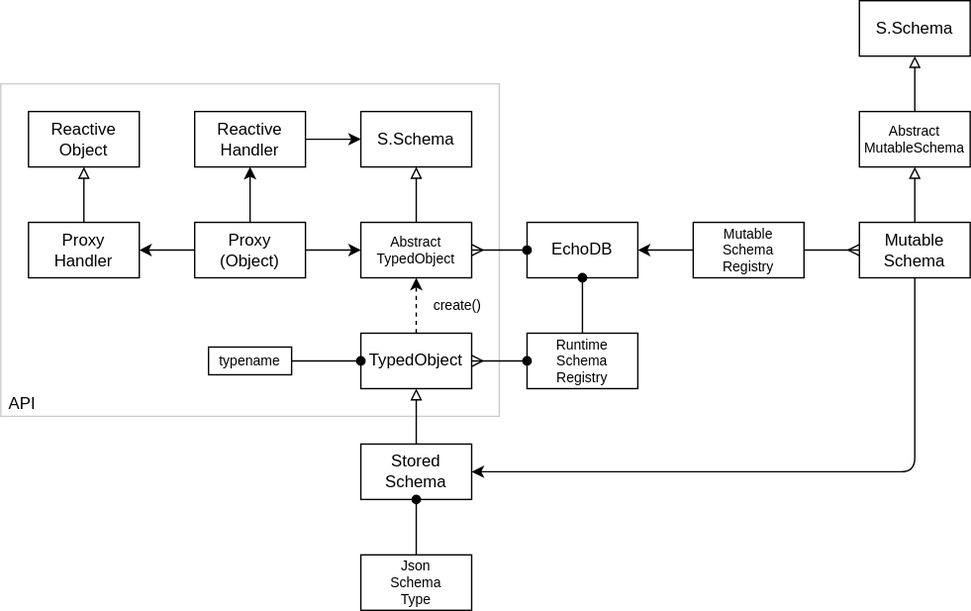
This is packages/core/echo/echo-schema/docs/schema.drawio.svg from dxos/dxos, a draw.io export, as it was before one commit. Source tidied: cells renumbered, new cells last; positions are measured from the earlier drawing's top-left corner, leaving out a move shared by most shapes.
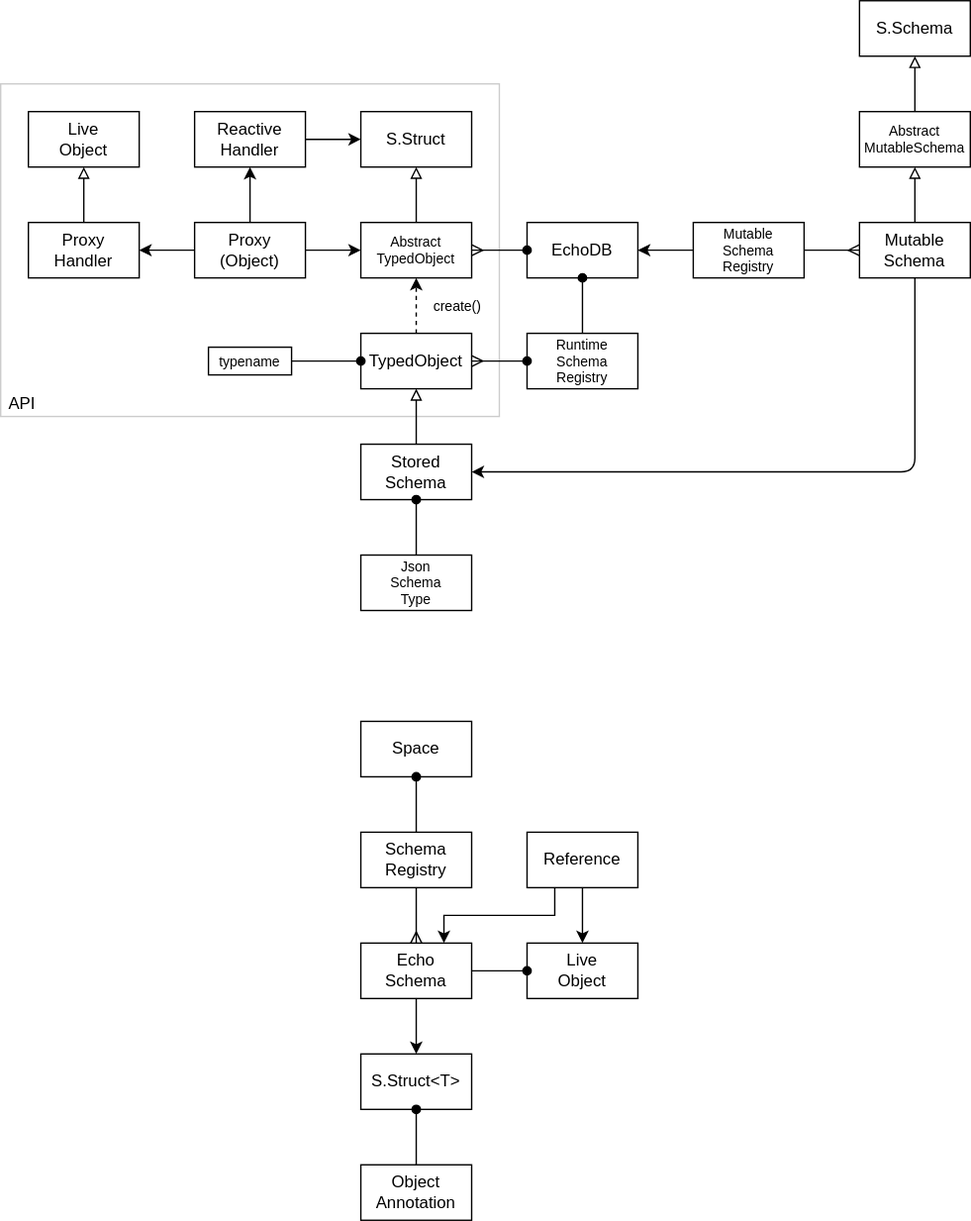
The same diagram one commit later.

What changed in the source:
```diff
@@ -5,7 +5,7 @@
     <mxCell id="2" value="API" style="rounded=0;whiteSpace=wrap;html=1;align=left;verticalAlign=bottom;spacingLeft=4;opacity=20;" parent="1" vertex="1">
       <mxGeometry y="60" width="360" height="240" as="geometry" />
     </mxCell>
-    <mxCell id="3" value="S.Schema" style="rounded=0;whiteSpace=wrap;html=1;" parent="1" vertex="1">
+    <mxCell id="3" value="S.Struct" style="rounded=0;whiteSpace=wrap;html=1;" parent="1" vertex="1">
       <mxGeometry x="260" y="80" width="80" height="40" as="geometry" />
     </mxCell>
     <mxCell id="4" style="edgeStyle=none;html=1;endArrow=block;endFill=0;" parent="1" edge="1" source="5" target="3">
@@ -84,7 +84,7 @@
     <mxCell id="27" value="create()" style="rounded=0;whiteSpace=wrap;html=1;fontSize=10;fillColor=none;strokeColor=none;" parent="1" vertex="1">
       <mxGeometry x="310" y="210" width="40" height="20" as="geometry" />
     </mxCell>
-    <mxCell id="28" value="Reactive&lt;br&gt;Object" style="rounded=0;whiteSpace=wrap;html=1;" parent="1" vertex="1">
+    <mxCell id="28" value="Live&lt;br&gt;Object" style="rounded=0;whiteSpace=wrap;html=1;" parent="1" vertex="1">
       <mxGeometry x="20" y="80" width="80" height="40" as="geometry" />
     </mxCell>
     <mxCell id="29" style="edgeStyle=none;html=1;exitX=1;exitY=0.5;exitDx=0;exitDy=0;entryX=0;entryY=0.5;entryDx=0;entryDy=0;" parent="1" edge="1" source="33" target="5">
@@ -114,5 +114,52 @@
     <mxCell id="37" style="edgeStyle=none;html=1;exitX=0;exitY=0.5;exitDx=0;exitDy=0;entryX=1;entryY=0.5;entryDx=0;entryDy=0;endArrow=ERmany;endFill=0;startArrow=oval;startFill=1;" parent="1" edge="1" source="25" target="14">
       <mxGeometry relative="1" as="geometry" />
     </mxCell>
+    <mxCell id="38" style="edgeStyle=none;html=1;exitX=0.25;exitY=1;exitDx=0;exitDy=0;entryX=0.75;entryY=0;entryDx=0;entryDy=0;rounded=0;" parent="1" edge="1" source="39" target="43">
+      <mxGeometry relative="1" as="geometry">
+        <Array as="points">
+          <mxPoint x="400" y="660" />
+          <mxPoint x="320" y="660" />
+        </Array>
+      </mxGeometry>
+    </mxCell>
+    <mxCell id="39" value="Reference" style="rounded=0;whiteSpace=wrap;html=1;" parent="1" vertex="1">
+      <mxGeometry x="380" y="600" width="80" height="40" as="geometry" />
+    </mxCell>
+    <mxCell id="40" style="edgeStyle=none;html=1;exitX=0.5;exitY=1;exitDx=0;exitDy=0;endArrow=ERmany;endFill=0;" parent="1" edge="1" source="41" target="43">
+      <mxGeometry relative="1" as="geometry" />
+    </mxCell>
+    <mxCell id="41" value="Schema&lt;br&gt;Registry" style="rounded=0;whiteSpace=wrap;html=1;" parent="1" vertex="1">
+      <mxGeometry x="260" y="600" width="80" height="40" as="geometry" />
+    </mxCell>
+    <mxCell id="42" style="edgeStyle=none;html=1;exitX=0.5;exitY=1;exitDx=0;exitDy=0;" parent="1" edge="1" source="43" target="44">
+      <mxGeometry relative="1" as="geometry" />
+    </mxCell>
+    <mxCell id="43" value="Echo&lt;br&gt;Schema" style="rounded=0;whiteSpace=wrap;html=1;" parent="1" vertex="1">
+      <mxGeometry x="260" y="680" width="80" height="40" as="geometry" />
+    </mxCell>
+    <mxCell id="44" value="S.Struct&amp;lt;T&amp;gt;" style="rounded=0;whiteSpace=wrap;html=1;" parent="1" vertex="1">
+      <mxGeometry x="260" y="760" width="80" height="40" as="geometry" />
+    </mxCell>
+    <mxCell id="45" value="Object&lt;br&gt;Annotation" style="rounded=0;whiteSpace=wrap;html=1;" parent="1" vertex="1">
+      <mxGeometry x="260" y="840" width="80" height="40" as="geometry" />
+    </mxCell>
+    <mxCell id="46" value="Space" style="rounded=0;whiteSpace=wrap;html=1;" parent="1" vertex="1">
+      <mxGeometry x="260" y="520" width="80" height="40" as="geometry" />
+    </mxCell>
+    <mxCell id="47" style="edgeStyle=none;html=1;endArrow=none;endFill=0;startArrow=oval;startFill=1;" parent="1" edge="1" source="44" target="45">
+      <mxGeometry relative="1" as="geometry" />
+    </mxCell>
+    <mxCell id="48" style="edgeStyle=none;html=1;startArrow=oval;startFill=1;endArrow=none;endFill=0;" parent="1" edge="1" source="46" target="41">
+      <mxGeometry relative="1" as="geometry" />
+    </mxCell>
+    <mxCell id="49" value="Live&lt;br&gt;Object" style="rounded=0;whiteSpace=wrap;html=1;" parent="1" vertex="1">
+      <mxGeometry x="380" y="680" width="80" height="40" as="geometry" />
+    </mxCell>
+    <mxCell id="50" style="edgeStyle=none;html=1;exitX=0;exitY=0.5;exitDx=0;exitDy=0;startArrow=oval;startFill=1;endArrow=none;endFill=0;" parent="1" edge="1" source="49" target="43">
+      <mxGeometry relative="1" as="geometry" />
+    </mxCell>
+    <mxCell id="51" style="edgeStyle=none;html=1;" parent="1" edge="1" source="39" target="49">
+      <mxGeometry relative="1" as="geometry" />
+    </mxCell>
   </root>
 </mxGraphModel>
```
